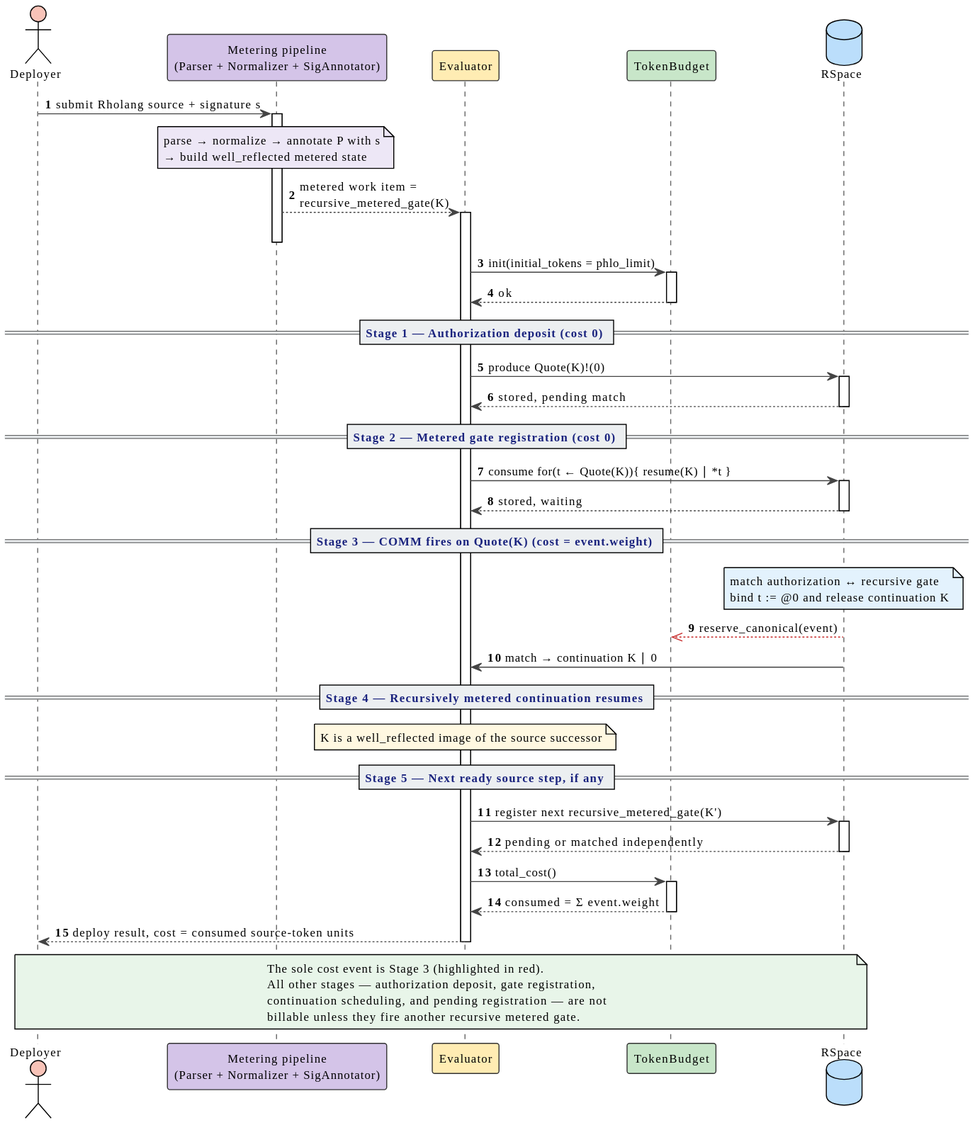
F1R3FLY-io/f1r3node-rust keeps this PlantUML diagram as docs/theory/diagrams/fuel-gate-protocol.svg. Above is the earlier version.
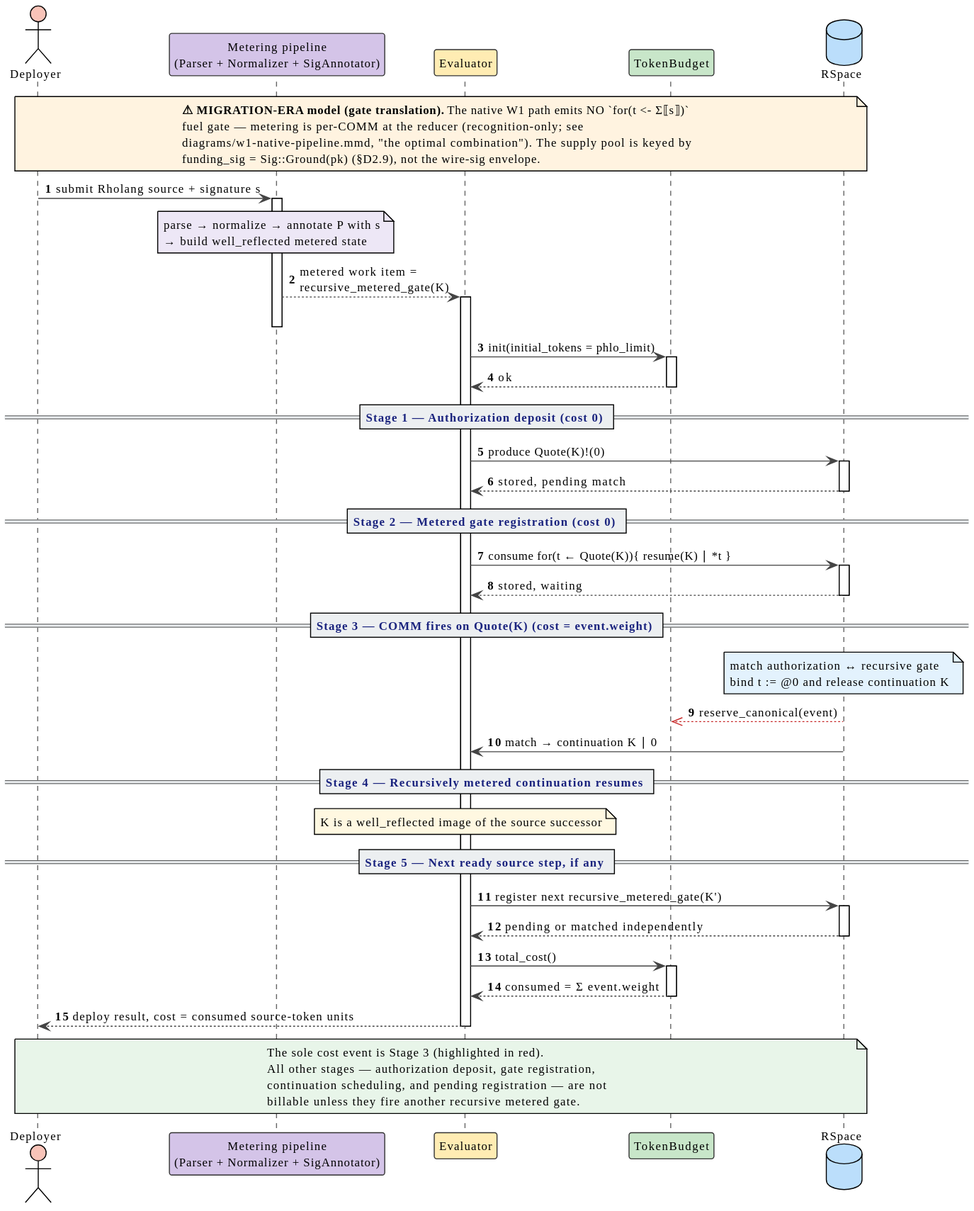
The same diagram one commit later.

Change to the diagram source:
```diff
@@ -22,6 +22,13 @@
 participant "Evaluator"                                                       as E    #FFECB3
 participant "TokenBudget"                                                     as CM   #C8E6C9
 database    "RSpace"                                                          as R    #BBDEFB
+
+note across #FFF3E0
+**⚠ MIGRATION-ERA model (gate translation).** The native W1 path emits NO `for(t <- Σ⟦s⟧)`
+fuel gate — metering is per-COMM at the reducer (recognition-only; see
+diagrams/w1-native-pipeline.mmd, "the optimal combination"). The supply pool is keyed by
+funding_sig = Sig::Ground(pk) (§D2.9), not the wire-sig envelope.
+end note
 
 D -> T ++ : submit Rholang source + signature s
 note over T #EDE7F6
```
